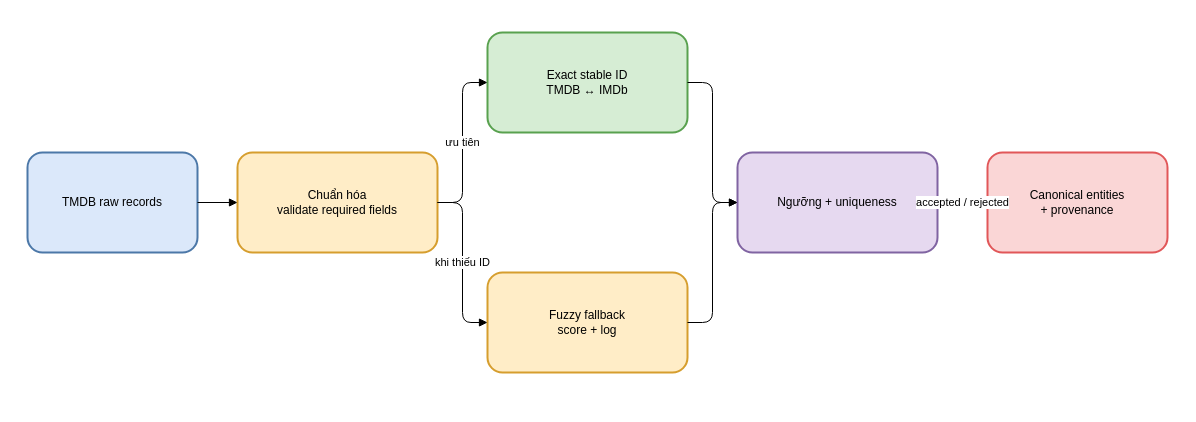
Before: report_latex/images/sources/entity_resolution_flow.drawio in khanhhk/advanced_database, a draw.io diagram. Source tidied: cells renumbered, new cells numbered last; positions are measured from the earlier drawing's top-left corner, leaving out a move shared by most shapes. Both pictures are drawn from the tidied source at 100%, with x=0, y=0 at pixel (27, 32).
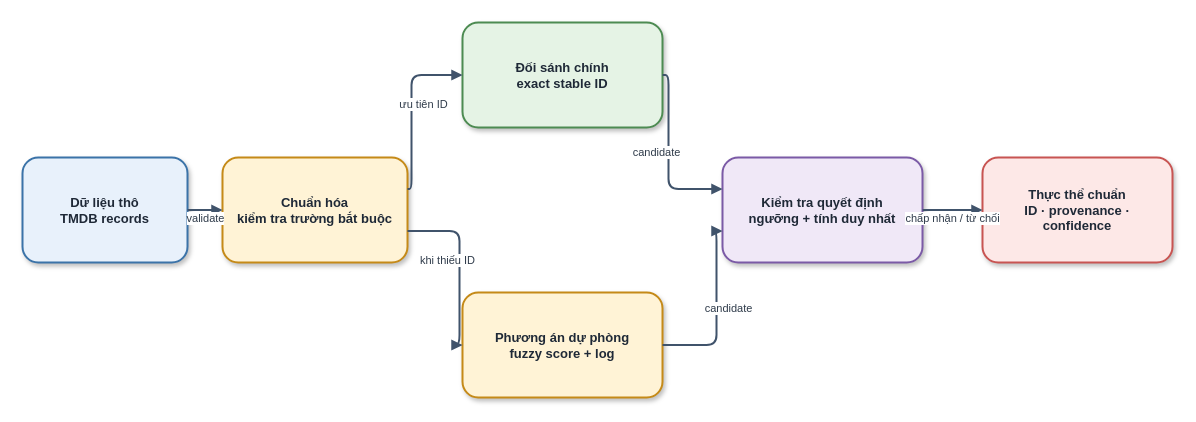
The same page after the edit.

The edit, as a diff of the source:
```diff
@@
-    <mxCell id="2" value="TMDB raw records" style="rounded=1;whiteSpace=wrap;html=1;fillColor=#dbe8fa;strokeColor=#4c78a8;strokeWidth=2;" parent="1" vertex="1">
-      <mxGeometry y="120" width="170" height="100" as="geometry" />
+    <mxCell id="2" value="Dữ liệu thô&#10;TMDB records" style="rounded=1;whiteSpace=wrap;html=1;fillColor=#E8F1FB;strokeColor=#3B73A8;strokeWidth=2;fontSize=13;fontColor=#1F2937;fontStyle=1;spacing=8;shadow=1;" parent="1" vertex="1">
+      <mxGeometry x="-5" y="125" width="165" height="105" as="geometry" />
     </mxCell>
-    <mxCell id="3" value="Chuẩn hóa&#10;validate required fields" style="rounded=1;whiteSpace=wrap;html=1;fillColor=#ffedc7;strokeColor=#d69e2e;strokeWidth=2;" parent="1" vertex="1">
-      <mxGeometry x="210" y="120" width="200" height="100" as="geometry" />
+    <mxCell id="3" value="Chuẩn hóa&#10;kiểm tra trường bắt buộc" style="rounded=1;whiteSpace=wrap;html=1;fillColor=#FFF3D6;strokeColor=#C58A18;strokeWidth=2;fontSize=13;fontColor=#1F2937;fontStyle=1;spacing=8;shadow=1;" parent="1" vertex="1">
+      <mxGeometry x="195" y="125" width="185" height="105" as="geometry" />
     </mxCell>
-    <mxCell id="4" value="Exact stable ID&#10;TMDB ↔ IMDb" style="rounded=1;whiteSpace=wrap;html=1;fillColor=#d6edd4;strokeColor=#59a14f;strokeWidth=2;" parent="1" vertex="1">
-      <mxGeometry x="460" width="200" height="100" as="geometry" />
+    <mxCell id="4" value="Đối sánh chính&#10;exact stable ID" style="rounded=1;whiteSpace=wrap;html=1;fillColor=#E5F3E5;strokeColor=#4D8B52;strokeWidth=2;fontSize=13;fontColor=#1F2937;fontStyle=1;spacing=8;shadow=1;" parent="1" vertex="1">
+      <mxGeometry x="435" y="-10" width="200" height="105" as="geometry" />
     </mxCell>
-    <mxCell id="5" value="Fuzzy fallback&#10;score + log" style="rounded=1;whiteSpace=wrap;html=1;fillColor=#ffedc7;strokeColor=#d69e2e;strokeWidth=2;" parent="1" vertex="1">
-      <mxGeometry x="460" y="240" width="200" height="100" as="geometry" />
+    <mxCell id="5" value="Phương án dự phòng&#10;fuzzy score + log" style="rounded=1;whiteSpace=wrap;html=1;fillColor=#FFF3D6;strokeColor=#C58A18;strokeWidth=2;fontSize=13;fontColor=#1F2937;fontStyle=1;spacing=8;shadow=1;" parent="1" vertex="1">
+      <mxGeometry x="435" y="260" width="200" height="105" as="geometry" />
     </mxCell>
-    <mxCell id="6" value="Ngưỡng + uniqueness" style="rounded=1;whiteSpace=wrap;html=1;fillColor=#e6d9f0;strokeColor=#8064a2;strokeWidth=2;" parent="1" vertex="1">
-      <mxGeometry x="710" y="120" width="200" height="100" as="geometry" />
+    <mxCell id="6" value="Kiểm tra quyết định&#10;ngưỡng + tính duy nhất" style="rounded=1;whiteSpace=wrap;html=1;fillColor=#F0E8F7;strokeColor=#7B5AA6;strokeWidth=2;fontSize=13;fontColor=#1F2937;fontStyle=1;spacing=8;shadow=1;" parent="1" vertex="1">
+      <mxGeometry x="695" y="125" width="200" height="105" as="geometry" />
     </mxCell>
-    <mxCell id="7" value="Canonical entities&#10;+ provenance" style="rounded=1;whiteSpace=wrap;html=1;fillColor=#fad6d6;strokeColor=#e15759;strokeWidth=2;" parent="1" vertex="1">
-      <mxGeometry x="960" y="120" width="180" height="100" as="geometry" />
+    <mxCell id="7" value="Thực thể chuẩn&#10;ID · provenance · confidence" style="rounded=1;whiteSpace=wrap;html=1;fillColor=#FDE8E7;strokeColor=#C85452;strokeWidth=2;fontSize=13;fontColor=#1F2937;fontStyle=1;spacing=8;shadow=1;" parent="1" vertex="1">
+      <mxGeometry x="955" y="125" width="190" height="105" as="geometry" />
     </mxCell>
-    <mxCell id="8" style="edgeStyle=orthogonalEdgeStyle;rounded=1;jettySize=auto;html=1;endArrow=block;exitX=1;exitY=0.5;exitDx=0;exitDy=0;entryX=0;entryY=0.5;entryDx=0;entryDy=0;" parent="1" edge="1" source="2" target="3">
-      <mxGeometry relative="1" as="geometry" />
+    <mxCell id="8" value="validate" style="edgeStyle=orthogonalEdgeStyle;rounded=1;jettySize=auto;html=1;endArrow=block;endFill=1;strokeColor=#40536B;strokeWidth=2;fontSize=11;fontColor=#2F3B4A;labelBackgroundColor=#FFFFFF;spacingBottom=8;exitX=1;exitY=0.5;exitDx=0;exitDy=0;entryX=0;entryY=0.5;entryDx=0;entryDy=0;" parent="1" edge="1" source="2" target="3">
+      <mxGeometry y="-12" relative="1" as="geometry" />
     </mxCell>
-    <mxCell id="9" value="ưu tiên" style="edgeStyle=orthogonalEdgeStyle;rounded=1;jettySize=auto;html=1;endArrow=block;exitX=1;exitY=0.5;exitDx=0;exitDy=0;entryX=0;entryY=0.5;entryDx=0;entryDy=0;" parent="1" edge="1" source="3" target="4">
-      <mxGeometry relative="1" as="geometry" />
+    <mxCell id="9" value="ưu tiên ID" style="edgeStyle=orthogonalEdgeStyle;rounded=1;jettySize=auto;html=1;endArrow=block;endFill=1;strokeColor=#40536B;strokeWidth=2;fontSize=11;fontColor=#2F3B4A;labelBackgroundColor=#FFFFFF;spacingBottom=8;exitX=1;exitY=0.30000000000000004;exitDx=0;exitDy=0;entryX=0;entryY=0.5;entryDx=0;entryDy=0;" parent="1" edge="1" source="3" target="4">
+      <mxGeometry y="-12" relative="1" as="geometry">
+        <Array as="points">
+          <mxPoint x="384" y="156" />
+          <mxPoint x="384" y="42" />
+        </Array>
+      </mxGeometry>
     </mxCell>
-    <mxCell id="10" value="khi thiếu ID" style="edgeStyle=orthogonalEdgeStyle;rounded=1;jettySize=auto;html=1;endArrow=block;exitX=1;exitY=0.5;exitDx=0;exitDy=0;entryX=0;entryY=0.5;entryDx=0;entryDy=0;" parent="1" edge="1" source="3" target="5">
-      <mxGeometry relative="1" as="geometry" />
+    <mxCell id="10" value="khi thiếu ID" style="edgeStyle=orthogonalEdgeStyle;rounded=1;jettySize=auto;html=1;endArrow=block;endFill=1;strokeColor=#40536B;strokeWidth=2;fontSize=11;fontColor=#2F3B4A;labelBackgroundColor=#FFFFFF;spacingBottom=8;exitX=1;exitY=0.7;exitDx=0;exitDy=0;entryX=0;entryY=0.5;entryDx=0;entryDy=0;" parent="1" edge="1" source="3" target="5">
+      <mxGeometry y="-12" relative="1" as="geometry">
+        <Array as="points">
+          <mxPoint x="432" y="198" />
+          <mxPoint x="432" y="312" />
+        </Array>
+      </mxGeometry>
     </mxCell>
-    <mxCell id="11" style="edgeStyle=orthogonalEdgeStyle;rounded=1;jettySize=auto;html=1;endArrow=block;exitX=1;exitY=0.5;exitDx=0;exitDy=0;entryX=0;entryY=0.5;entryDx=0;entryDy=0;" parent="1" edge="1" source="4" target="6">
-      <mxGeometry relative="1" as="geometry" />
+    <mxCell id="11" value="candidate" style="edgeStyle=orthogonalEdgeStyle;rounded=1;jettySize=auto;html=1;endArrow=block;endFill=1;strokeColor=#40536B;strokeWidth=2;fontSize=11;fontColor=#2F3B4A;labelBackgroundColor=#FFFFFF;spacingBottom=8;exitX=1;exitY=0.5;exitDx=0;exitDy=0;entryX=0;entryY=0.30000000000000004;entryDx=0;entryDy=0;" parent="1" edge="1" source="4" target="6">
+      <mxGeometry y="-12" relative="1" as="geometry">
+        <Array as="points">
+          <mxPoint x="641" y="42" />
+          <mxPoint x="641" y="156" />
+        </Array>
+      </mxGeometry>
     </mxCell>
-    <mxCell id="12" style="edgeStyle=orthogonalEdgeStyle;rounded=1;jettySize=auto;html=1;endArrow=block;exitX=1;exitY=0.5;exitDx=0;exitDy=0;entryX=0;entryY=0.5;entryDx=0;entryDy=0;" parent="1" edge="1" source="5" target="6">
-      <mxGeometry relative="1" as="geometry" />
+    <mxCell id="12" value="candidate" style="edgeStyle=orthogonalEdgeStyle;rounded=1;jettySize=auto;html=1;endArrow=block;endFill=1;strokeColor=#40536B;strokeWidth=2;fontSize=11;fontColor=#2F3B4A;labelBackgroundColor=#FFFFFF;spacingBottom=8;exitX=1;exitY=0.5;exitDx=0;exitDy=0;entryX=0;entryY=0.7;entryDx=0;entryDy=0;" parent="1" edge="1" source="5" target="6">
+      <mxGeometry y="-12" relative="1" as="geometry">
+        <Array as="points">
+          <mxPoint x="689" y="312" />
+          <mxPoint x="689" y="198" />
+        </Array>
+      </mxGeometry>
     </mxCell>
-    <mxCell id="13" value="accepted / rejected" style="edgeStyle=orthogonalEdgeStyle;rounded=1;jettySize=auto;html=1;endArrow=block;exitX=1;exitY=0.5;exitDx=0;exitDy=0;entryX=0;entryY=0.5;entryDx=0;entryDy=0;" parent="1" edge="1" source="6" target="7">
-      <mxGeometry relative="1" as="geometry" />
+    <mxCell id="13" value="chấp nhận / từ chối" style="edgeStyle=orthogonalEdgeStyle;rounded=1;jettySize=auto;html=1;endArrow=block;endFill=1;strokeColor=#40536B;strokeWidth=2;fontSize=11;fontColor=#2F3B4A;labelBackgroundColor=#FFFFFF;spacingBottom=8;exitX=1;exitY=0.5;exitDx=0;exitDy=0;entryX=0;entryY=0.5;entryDx=0;entryDy=0;" parent="1" edge="1" source="6" target="7">
+      <mxGeometry y="-12" relative="1" as="geometry" />
     </mxCell>
```
